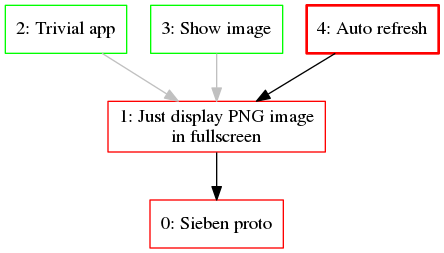
Earlier version of the Graphviz export doc/work.png (ahitrin/SiebenApp). Its source is kept beside it as doc/work.dot.
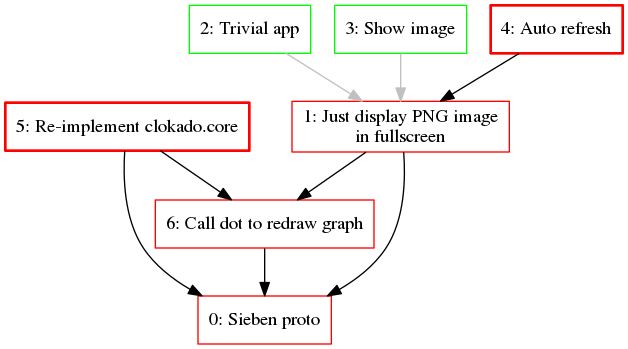
After the change.

Commit message:
Next plans

Change to the diagram source:
```diff
@@ -5,8 +5,14 @@
 2 [label="2: Trivial app", color="green", shape="box"];
 3 [label="3: Show image", color="green", shape="box"];
 4 [label="4: Auto refresh", color="red", shape="box", style="bold"];
+5 [label="5: Re-implement clokado.core", color="red", shape="box", style="bold"];
+6 [label="6: Call dot to redraw graph", color="red", shape="box"];
 1 -> 0 [color="black"];
+1 -> 6 [color="black"];
 2 -> 1 [color="grey"];
 3 -> 1 [color="grey"];
 4 -> 1 [color="black"];
+5 -> 0 [color="black"];
+5 -> 6 [color="black"];
+6 -> 0 [color="black"];
 }
```
